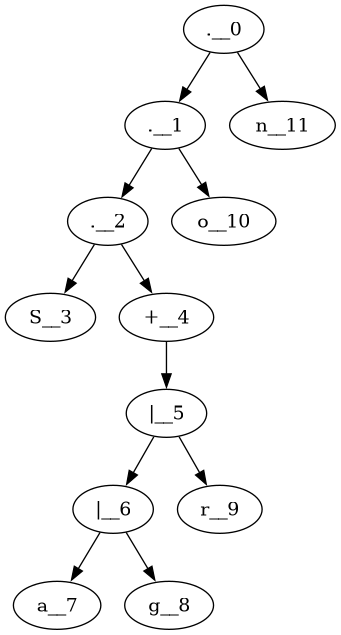
The Graphviz diagram arbre_syntaxique.png in Daniel-Sima/Clone-of-the-egrep-UNIX-command, before a commit. Its source is kept beside it as arbre_syntaxique.dot.
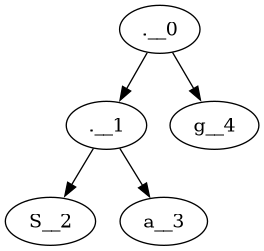
After the change.

Change to the diagram source:
```diff
@@ -1,13 +1,6 @@
 digraph {
 	".__0"->".__1"
-	".__1"->".__2"
-	".__2"->"S__3"
-	".__2"->"+__4"
-	"+__4"->"|__5"
-	"|__5"->"|__6"
-	"|__6"->"a__7"
-	"|__6"->"g__8"
-	"|__5"->"r__9"
-	".__1"->"o__10"
-	".__0"->"n__11"
+	".__1"->"S__2"
+	".__1"->"a__3"
+	".__0"->"g__4"
 }
```
